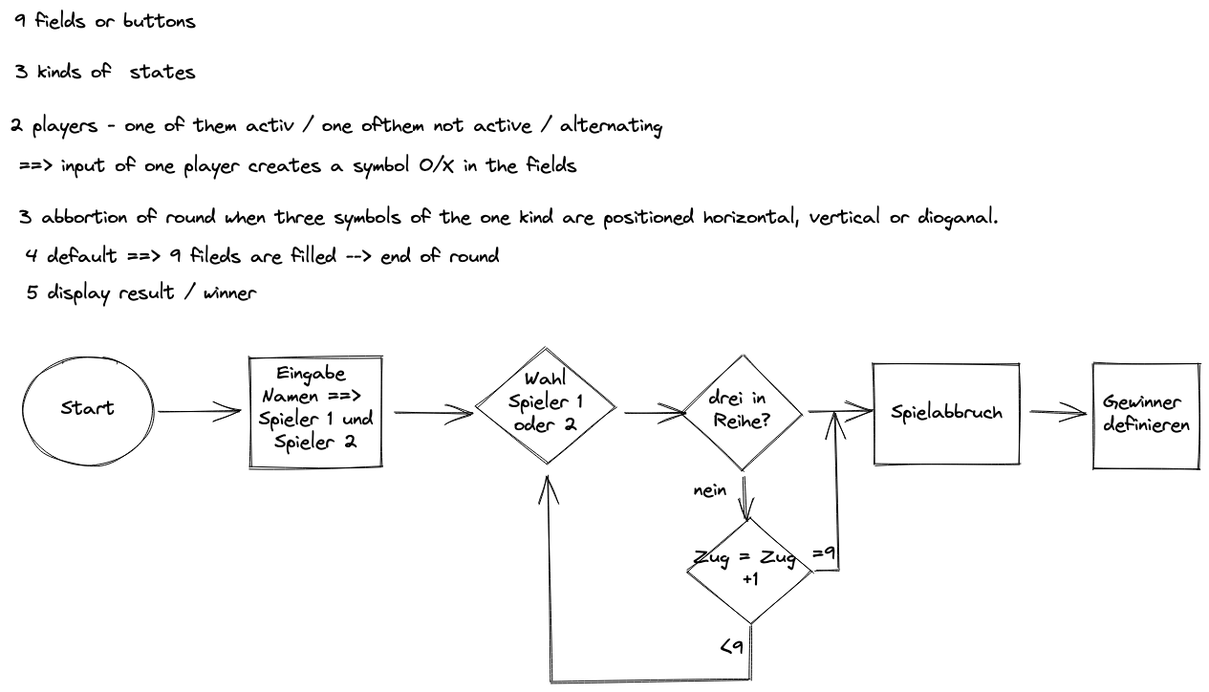
Earlier version of the Excalidraw export tictactoe_eng.png (KazhimRycerz/tictactoe). Source tidied: one line per element, renumbered; positions are measured from the earlier drawing's top-left corner, leaving out a move shared by most shapes.
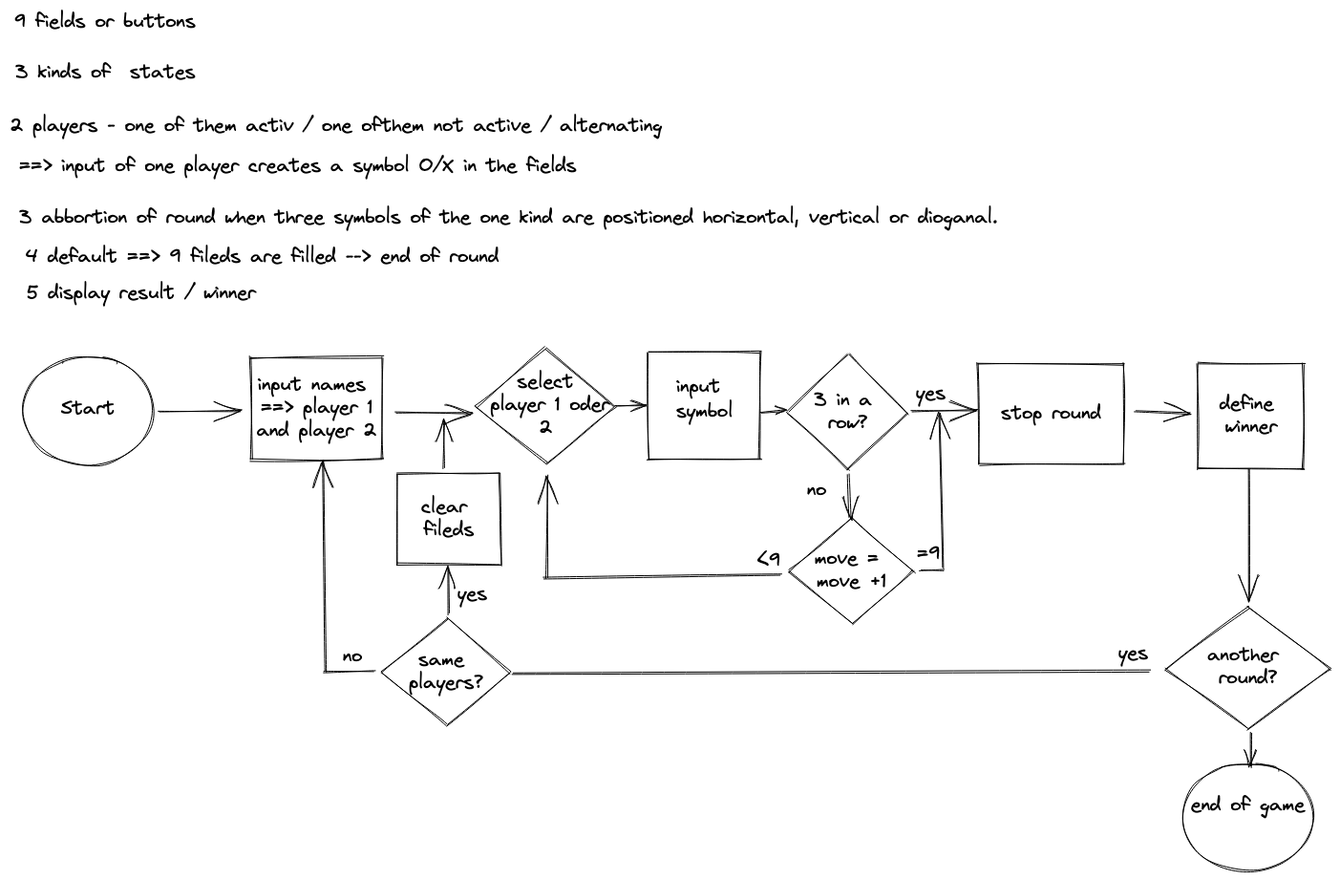
The same file after the commit.

Commit message:
translated into english with updated structureh

The edit, as a diff of the source:
```diff
@@ -6,30 +6,51 @@
 {"id": 5, "type": "text", "text": "4 default ==> 9 fileds are filled --> end of round", "strokeColor": "#000000", "strokeWidth": 1, "roughness": 1, "fontSize": 20, "fontFamily": 1, "x": 17, "y": 246, "width": 496, "height": 26}
 {"id": 6, "type": "ellipse", "strokeColor": "#000000", "strokeWidth": 1, "roughness": 1, "x": 14, "y": 363, "width": 136, "height": 114}
 {"id": 7, "type": "text", "text": "Start", "strokeColor": "#000000", "strokeWidth": 1, "roughness": 1, "fontSize": 20, "fontFamily": 1, "textAlign": "center", "verticalAlign": "middle", "inside": 6, "x": 19, "y": 407, "width": 126, "height": 26}
-{"id": 8, "type": "arrow", "strokeColor": "#000000", "strokeWidth": 1, "roughness": 1, "endArrowhead": "arrow", "from": 6, "to": 32, "x": 157, "y": 420, "width": 84, "height": 1, "points": [[0, 0], [84, -1]]}
+{"id": 8, "type": "arrow", "strokeColor": "#000000", "strokeWidth": 1, "roughness": 1, "endArrowhead": "arrow", "from": 6, "to": 32, "x": 157, "y": 420, "width": 85, "height": 1, "points": [[0, 0], [85, -1]]}
-{"id": 9, "type": "arrow", "strokeColor": "#000000", "strokeWidth": 1, "roughness": 1, "endArrowhead": "arrow", "from": 32, "to": 24, "x": 403, "y": 423, "width": 80, "height": 1, "points": [[0, 0], [80, -1]]}
+{"id": 9, "type": "arrow", "strokeColor": "#000000", "strokeWidth": 1, "roughness": 1, "endArrowhead": "arrow", "from": 32, "to": 24, "x": 404, "y": 423, "width": 79, "height": 1, "points": [[0, 0], [79, -1]]}
-{"id": 10, "type": "arrow", "strokeColor": "#000000", "strokeWidth": 1, "roughness": 1, "endArrowhead": "arrow", "from": 24, "x": 644, "y": 422, "width": 64, "height": 0, "points": [[0, 0], [64, 0]]}
+{"id": 10, "type": "arrow", "strokeColor": "#000000", "strokeWidth": 1, "roughness": 1, "endArrowhead": "arrow", "from": 24, "to": 37, "x": 634, "y": 414, "width": 33, "height": 0, "points": [[0, 0], [33, 0]]}
+{"id": 35, "type": "arrow", "strokeColor": "#000000", "strokeWidth": 1, "roughness": 1, "endArrowhead": "arrow", "from": 37, "to": 11, "x": 787, "y": 421, "width": 25, "height": 1, "points": [[0, 0], [25, -1]]}
-{"id": 11, "type": "diamond", "strokeColor": "#000000", "strokeWidth": 1, "roughness": 1, "x": 704, "y": 362, "width": 125, "height": 120}
+{"id": 11, "type": "diamond", "strokeColor": "#000000", "strokeWidth": 1, "roughness": 1, "x": 815, "y": 361, "width": 125, "height": 120}
-{"id": 12, "type": "text", "text": "drei in \nReihe?", "strokeColor": "#000000", "strokeWidth": 1, "roughness": 1, "fontSize": 20, "fontFamily": 1, "textAlign": "center", "verticalAlign": "middle", "inside": 11, "x": 709, "y": 396, "width": 115, "height": 52}
+{"id": 12, "type": "text", "text": "3 in a \nrow?", "strokeColor": "#000000", "strokeWidth": 1, "roughness": 1, "fontSize": 20, "fontFamily": 1, "textAlign": "center", "verticalAlign": "middle", "inside": 11, "x": 820, "y": 396, "width": 115, "height": 48}
-{"id": 13, "type": "line", "strokeColor": "#000000", "strokeWidth": 1, "roughness": 1, "x": 776, "y": 645, "width": 1, "height": 55, "points": [[0, 0], [-1, 55]]}
-{"id": 14, "type": "line", "strokeColor": "#000000", "strokeWidth": 1, "roughness": 1, "x": 774, "y": 702, "width": 208, "height": 2, "points": [[0, 0], [-208, 2]]}
+{"id": 14, "type": "line", "strokeColor": "#000000", "strokeWidth": 1, "roughness": 1, "x": 808, "y": 593, "width": 249, "height": 3, "points": [[0, 0], [-249, 3]]}
-{"id": 15, "type": "arrow", "strokeColor": "#000000", "strokeWidth": 1, "roughness": 1, "endArrowhead": "arrow", "to": 24, "x": 566, "y": 702, "width": 3, "height": 215, "points": [[0, 0], [-3, -215]]}
+{"id": 15, "type": "arrow", "strokeColor": "#000000", "strokeWidth": 1, "roughness": 1, "endArrowhead": "arrow", "to": 24, "x": 562, "y": 595, "width": 1, "height": 108, "points": [[0, 0], [1, -108]]}
-{"id": 16, "type": "text", "text": "nein", "strokeColor": "#000000", "strokeWidth": 1, "roughness": 1, "fontSize": 20, "fontFamily": 1, "x": 716, "y": 490, "width": 35, "height": 26}
+{"id": 16, "type": "text", "text": "no", "strokeColor": "#000000", "strokeWidth": 1, "roughness": 1, "fontSize": 20, "fontFamily": 1, "x": 835, "y": 490, "width": 21, "height": 26}
+{"id": 36, "type": "text", "text": "no", "strokeColor": "#000000", "strokeWidth": 1, "roughness": 1, "fontSize": 20, "fontFamily": 1, "x": 349, "y": 664, "width": 21, "height": 26}
-{"id": 17, "type": "arrow", "strokeColor": "#000000", "strokeWidth": 1, "roughness": 1, "endArrowhead": "arrow", "from": 11, "to": 26, "x": 768, "y": 489, "width": 2, "height": 44, "points": [[0, 0], [2, 44]]}
+{"id": 17, "type": "arrow", "strokeColor": "#000000", "strokeWidth": 1, "roughness": 1, "endArrowhead": "arrow", "from": 11, "to": 26, "x": 878, "y": 486, "width": 2, "height": 46, "points": [[0, 0], [2, 46]]}
-{"id": 18, "type": "arrow", "strokeColor": "#000000", "strokeWidth": 1, "roughness": 1, "endArrowhead": "arrow", "from": 11, "to": 19, "x": 837, "y": 422, "width": 66, "height": 3, "points": [[0, 0], [66, -3]]}
+{"id": 18, "type": "arrow", "strokeColor": "#000000", "strokeWidth": 1, "roughness": 1, "endArrowhead": "arrow", "from": 11, "to": 19, "x": 945, "y": 421, "width": 68, "height": 3, "points": [[0, 0], [68, -3]]}
-{"id": 19, "type": "rectangle", "strokeColor": "#000000", "strokeWidth": 1, "roughness": 1, "x": 904, "y": 371, "width": 153, "height": 105}
+{"id": 19, "type": "rectangle", "strokeColor": "#000000", "strokeWidth": 1, "roughness": 1, "x": 1014, "y": 371, "width": 153, "height": 105}
-{"id": 20, "type": "text", "text": "Spielabbruch", "strokeColor": "#000000", "strokeWidth": 1, "roughness": 1, "fontSize": 20, "fontFamily": 1, "textAlign": "center", "verticalAlign": "middle", "inside": 19, "x": 909, "y": 410, "width": 143, "height": 26}
+{"id": 20, "type": "text", "text": "stop round", "strokeColor": "#000000", "strokeWidth": 1, "roughness": 1, "fontSize": 20, "fontFamily": 1, "textAlign": "center", "verticalAlign": "middle", "inside": 19, "x": 1019, "y": 411, "width": 143, "height": 24}
-{"id": 21, "type": "arrow", "strokeColor": "#000000", "strokeWidth": 1, "roughness": 1, "endArrowhead": "arrow", "from": 19, "to": 22, "x": 1069, "y": 421, "width": 58, "height": 2, "points": [[0, 0], [58, 2]]}
+{"id": 21, "type": "arrow", "strokeColor": "#000000", "strokeWidth": 1, "roughness": 1, "endArrowhead": "arrow", "from": 19, "to": 22, "x": 1179, "y": 421, "width": 58, "height": 2, "points": [[0, 0], [58, 2]]}
-{"id": 22, "type": "rectangle", "strokeColor": "#000000", "strokeWidth": 1, "roughness": 1, "x": 1135, "y": 371, "width": 110, "height": 109}
+{"id": 22, "type": "rectangle", "strokeColor": "#000000", "strokeWidth": 1, "roughness": 1, "x": 1245, "y": 371, "width": 110, "height": 109}
-{"id": 23, "type": "text", "text": "Gewinner \ndefinieren", "strokeColor": "#000000", "strokeWidth": 1, "roughness": 1, "fontSize": 20, "fontFamily": 1, "textAlign": "center", "verticalAlign": "middle", "inside": 22, "x": 1140, "y": 400, "width": 100, "height": 52}
+{"id": 23, "type": "text", "text": "define \nwinner", "strokeColor": "#000000", "strokeWidth": 1, "roughness": 1, "fontSize": 20, "fontFamily": 1, "textAlign": "center", "verticalAlign": "middle", "inside": 22, "x": 1250, "y": 401, "width": 100, "height": 48}
 {"id": 24, "type": "diamond", "strokeColor": "#000000", "strokeWidth": 1, "roughness": 1, "x": 488, "y": 354, "width": 146, "height": 121}
-{"id": 25, "type": "text", "text": "Wahl\n Spieler 1 \noder 2", "strokeColor": "#000000", "strokeWidth": 1, "roughness": 1, "fontSize": 20, "fontFamily": 1, "textAlign": "center", "verticalAlign": "middle", "inside": 24, "x": 493, "y": 376, "width": 136, "height": 78}
+{"id": 25, "type": "text", "text": "select\n player 1 oder\n2", "strokeColor": "#000000", "strokeWidth": 1, "roughness": 1, "fontSize": 20, "fontFamily": 1, "textAlign": "center", "verticalAlign": "middle", "inside": 24, "x": 493, "y": 378, "width": 136, "height": 72}
-{"id": 26, "type": "diamond", "strokeColor": "#000000", "strokeWidth": 1, "roughness": 1, "x": 709, "y": 532, "width": 131, "height": 111}
+{"id": 26, "type": "diamond", "strokeColor": "#000000", "strokeWidth": 1, "roughness": 1, "x": 816, "y": 532, "width": 131, "height": 111}
-{"id": 27, "type": "text", "text": "Zug = Zug \n+1", "strokeColor": "#000000", "strokeWidth": 1, "roughness": 1, "fontSize": 20, "fontFamily": 1, "textAlign": "center", "verticalAlign": "middle", "inside": 26, "x": 714, "y": 562, "width": 121, "height": 52}
+{"id": 27, "type": "text", "text": "move = \nmove +1", "strokeColor": "#000000", "strokeWidth": 1, "roughness": 1, "fontSize": 20, "fontFamily": 1, "textAlign": "center", "verticalAlign": "middle", "inside": 26, "x": 821, "y": 563, "width": 121, "height": 48}
-{"id": 28, "type": "line", "strokeColor": "#000000", "strokeWidth": 1, "roughness": 1, "x": 843, "y": 587, "width": 25, "height": 1, "points": [[0, 0], [25, -1]]}
+{"id": 28, "type": "line", "strokeColor": "#000000", "strokeWidth": 1, "roughness": 1, "x": 953, "y": 587, "width": 25, "height": 1, "points": [[0, 0], [25, -1]]}
-{"id": 29, "type": "arrow", "strokeColor": "#000000", "strokeWidth": 1, "roughness": 1, "endArrowhead": "arrow", "from": 31, "x": 867, "y": 584, "width": 3, "height": 161, "points": [[0, 0], [-3, -161]]}
+{"id": 29, "type": "arrow", "strokeColor": "#000000", "strokeWidth": 1, "roughness": 1, "endArrowhead": "arrow", "from": 31, "to": 39, "x": 977, "y": 584, "width": 3, "height": 161, "points": [[0, 0], [-3, -161]]}
-{"id": 30, "type": "text", "text": "<9", "strokeColor": "#000000", "strokeWidth": 1, "roughness": 1, "fontSize": 20, "fontFamily": 1, "x": 744, "y": 656, "width": 25, "height": 26}
+{"id": 30, "type": "text", "text": "<9", "strokeColor": "#000000", "strokeWidth": 1, "roughness": 1, "fontSize": 20, "fontFamily": 1, "x": 783, "y": 564, "width": 25, "height": 26}
-{"id": 31, "type": "text", "text": "=9", "strokeColor": "#000000", "strokeWidth": 1, "roughness": 1, "fontSize": 20, "fontFamily": 1, "x": 840, "y": 557, "width": 26, "height": 26}
+{"id": 31, "type": "text", "text": "=9", "strokeColor": "#000000", "strokeWidth": 1, "roughness": 1, "fontSize": 20, "fontFamily": 1, "x": 950, "y": 557, "width": 26, "height": 26}
-{"id": 32, "type": "rectangle", "strokeColor": "#000000", "strokeWidth": 1, "roughness": 1, "x": 252, "y": 364, "width": 137, "height": 115}
+{"id": 32, "type": "rectangle", "strokeColor": "#000000", "strokeWidth": 1, "roughness": 1, "x": 253, "y": 364, "width": 137, "height": 107}
-{"id": 33, "type": "text", "text": "Eingabe \nNamen ==> \nSpieler 1 und\nSpieler 2", "strokeColor": "#000000", "strokeWidth": 1, "roughness": 1, "fontSize": 20, "fontFamily": 1, "textAlign": "center", "verticalAlign": "middle", "inside": 32, "x": 257, "y": 370, "width": 127, "height": 104}
+{"id": 33, "type": "text", "text": "input names \n==> player 1\nand player 2", "strokeColor": "#000000", "strokeWidth": 1, "roughness": 1, "fontSize": 20, "fontFamily": 1, "textAlign": "center", "verticalAlign": "middle", "inside": 32, "x": 258, "y": 381, "width": 127, "height": 72}
 {"id": 34, "type": "text", "text": "5 display result / winner ", "strokeColor": "#000000", "strokeWidth": 1, "roughness": 1, "fontSize": 20, "fontFamily": 1, "x": 18, "y": 284, "width": 251, "height": 26}
+{"id": 37, "type": "rectangle", "strokeColor": "#000000", "strokeWidth": 1, "roughness": 1, "x": 669, "y": 359, "width": 117, "height": 112}
+{"id": 38, "type": "text", "text": "input \nsymbol", "strokeColor": "#000000", "strokeWidth": 1, "roughness": 1, "fontSize": 20, "fontFamily": 1, "x": 698, "y": 382, "width": 60, "height": 51}
+{"id": 39, "type": "text", "text": "yes", "strokeColor": "#000000", "strokeWidth": 1, "roughness": 1, "fontSize": 20, "fontFamily": 1, "x": 949, "y": 389, "width": 32, "height": 26}
+{"id": 40, "type": "arrow", "strokeColor": "#000000", "strokeWidth": 1, "roughness": 1, "endArrowhead": "arrow", "from": 22, "to": 41, "x": 1297, "y": 481, "width": 1, "height": 139, "points": [[0, 0], [1, 139]]}
+{"id": 41, "type": "diamond", "strokeColor": "#000000", "strokeWidth": 1, "roughness": 1, "x": 1210, "y": 625, "width": 173, "height": 128}
+{"id": 42, "type": "text", "text": "another \nround?", "strokeColor": "#000000", "strokeWidth": 1, "roughness": 1, "fontSize": 20, "fontFamily": 1, "textAlign": "center", "verticalAlign": "middle", "inside": 41, "x": 1215, "y": 664, "width": 163, "height": 48}
+{"id": 43, "type": "ellipse", "strokeColor": "#000000", "strokeWidth": 1, "roughness": 1, "x": 1228, "y": 789, "width": 137, "height": 113}
+{"id": 44, "type": "text", "text": "end of game", "strokeColor": "#000000", "strokeWidth": 1, "roughness": 1, "fontSize": 20, "fontFamily": 1, "textAlign": "center", "verticalAlign": "middle", "inside": 43, "x": 1233, "y": 821, "width": 127, "height": 24}
+{"id": 45, "type": "arrow", "strokeColor": "#000000", "strokeWidth": 1, "roughness": 1, "endArrowhead": "arrow", "from": 41, "x": 1300, "y": 757, "width": 0, "height": 36, "points": [[0, 0], [0, 36]]}
+{"id": 46, "type": "line", "strokeColor": "#000000", "strokeWidth": 1, "roughness": 1, "x": 1195, "y": 692, "width": 667, "height": 2, "points": [[0, 0], [-667, 2]]}
+{"id": 47, "type": "diamond", "strokeColor": "#000000", "strokeWidth": 1, "roughness": 1, "x": 389, "y": 637, "width": 136, "height": 112}
+{"id": 48, "type": "text", "text": "same \nplayers?", "strokeColor": "#000000", "strokeWidth": 1, "roughness": 1, "fontSize": 20, "fontFamily": 1, "textAlign": "center", "verticalAlign": "middle", "inside": 47, "x": 394, "y": 669, "width": 126, "height": 48}
+{"id": 49, "type": "line", "strokeColor": "#000000", "strokeWidth": 1, "roughness": 1, "x": 382, "y": 693, "width": 54, "height": 0, "points": [[0, 0], [-54, 0]]}
+{"id": 50, "type": "arrow", "strokeColor": "#000000", "strokeWidth": 1, "roughness": 1, "endArrowhead": "arrow", "to": 32, "x": 332, "y": 693, "width": 3, "height": 221, "points": [[0, 0], [-3, -221]]}
+{"id": 51, "type": "rectangle", "strokeColor": "#000000", "strokeWidth": 1, "roughness": 1, "x": 406, "y": 486, "width": 108, "height": 95}
+{"id": 52, "type": "arrow", "strokeColor": "#000000", "strokeWidth": 1, "roughness": 1, "endArrowhead": "arrow", "from": 47, "to": 51, "x": 460, "y": 632, "width": 1, "height": 49, "points": [[0, 0], [-1, -49]]}
+{"id": 53, "type": "text", "text": "clear \nfileds", "strokeColor": "#000000", "strokeWidth": 1, "roughness": 1, "fontSize": 20, "fontFamily": 1, "textAlign": "center", "verticalAlign": "middle", "inside": 51, "x": 411, "y": 509, "width": 98, "height": 48}
+{"id": 54, "type": "text", "text": "yes", "strokeColor": "#000000", "strokeWidth": 1, "roughness": 1, "fontSize": 20, "fontFamily": 1, "x": 1161, "y": 661, "width": 32, "height": 26}
+{"id": 55, "type": "text", "text": "yes", "strokeColor": "#000000", "strokeWidth": 1, "roughness": 1, "fontSize": 20, "fontFamily": 1, "x": 469, "y": 599, "width": 32, "height": 26}
+{"id": 56, "type": "arrow", "strokeColor": "#000000", "strokeWidth": 1, "roughness": 1, "endArrowhead": "arrow", "from": 51, "x": 455, "y": 481, "width": 1, "height": 51, "points": [[0, 0], [1, -51]]}
```
